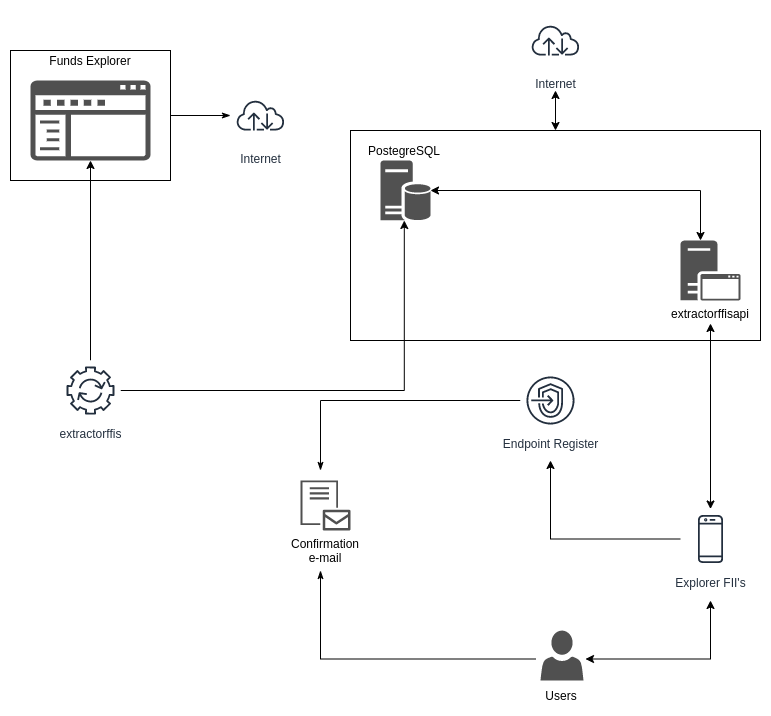
The draw.io diagram ecosistema.png in filipe-fsrocha/extractorfiis, before a commit. Source tidied: cells renumbered, new cells last; positions are measured from the earlier drawing's top-left corner, leaving out a move shared by most shapes. Source of this version:
```xml
<mxGraphModel background="#ffffff">
  <root>
    <mxCell id="0" />
    <mxCell id="1" parent="0" />
    <mxCell id="2" style="shadow=0;dashed=0;html=1;strokeColor=none;labelPosition=center;verticalLabelPosition=bottom;verticalAlign=top;align=center;fillColor=#505050;shape=mxgraph.mscae.intune.company_portal;" parent="1" vertex="1">
      <mxGeometry x="20" y="70" width="120" height="80" as="geometry" />
    </mxCell>
    <mxCell id="3" value="Funds Explorer" style="text;html=1;strokeColor=none;fillColor=none;align=center;verticalAlign=middle;whiteSpace=wrap;rounded=0;" parent="1" vertex="1">
      <mxGeometry x="30" y="40" width="100" height="20" as="geometry" />
    </mxCell>
    <mxCell id="4" style="edgeStyle=orthogonalEdgeStyle;rounded=0;jettySize=auto;html=1;entryX=0.5;entryY=1;entryDx=0;entryDy=0;entryPerimeter=0;" parent="1" edge="1" source="6" target="2">
      <mxGeometry relative="1" as="geometry" />
    </mxCell>
    <mxCell id="5" style="edgeStyle=orthogonalEdgeStyle;rounded=0;jettySize=auto;html=1;" parent="1" edge="1" source="6">
      <mxGeometry relative="1" as="geometry">
        <mxPoint x="393.8" y="210" as="targetPoint" />
      </mxGeometry>
    </mxCell>
    <mxCell id="6" value="extractorffis" style="outlineConnect=0;fontColor=#232F3E;gradientColor=none;strokeColor=#232F3E;fillColor=#ffffff;dashed=0;verticalLabelPosition=bottom;verticalAlign=top;align=center;html=1;fontSize=12;fontStyle=0;shape=mxgraph.aws4.resourceIcon;resIcon=mxgraph.aws4.automation;" parent="1" vertex="1">
      <mxGeometry x="50" y="350" width="60" height="60" as="geometry" />
    </mxCell>
    <mxCell id="7" value="PostegreSQL" style="text;html=1;strokeColor=none;fillColor=none;align=center;verticalAlign=middle;whiteSpace=wrap;rounded=0;" parent="1" vertex="1">
      <mxGeometry x="373.8" y="130" width="40" height="20" as="geometry" />
    </mxCell>
    <mxCell id="8" style="shadow=0;dashed=0;html=1;strokeColor=none;labelPosition=center;verticalLabelPosition=bottom;verticalAlign=top;align=center;fillColor=#515151;shape=mxgraph.mscae.enterprise.database_server;" parent="1" vertex="1">
      <mxGeometry x="370" y="150" width="50" height="60" as="geometry" />
    </mxCell>
    <mxCell id="9" style="edgeStyle=orthogonalEdgeStyle;rounded=0;jettySize=auto;html=1;entryX=1;entryY=0.5;entryDx=0;entryDy=0;entryPerimeter=0;startArrow=classic;startFill=1;" parent="1" edge="1" source="10" target="8">
      <mxGeometry relative="1" as="geometry">
        <Array as="points">
          <mxPoint x="690" y="180" />
        </Array>
      </mxGeometry>
    </mxCell>
    <mxCell id="10" style="shadow=0;dashed=0;html=1;strokeColor=none;labelPosition=center;verticalLabelPosition=bottom;verticalAlign=top;align=center;fillColor=#515151;shape=mxgraph.mscae.system_center.secondary_site;" parent="1" vertex="1">
      <mxGeometry x="670" y="230" width="60" height="60" as="geometry" />
    </mxCell>
    <mxCell id="11" value="extractorffisapi" style="text;html=1;strokeColor=none;fillColor=none;align=center;verticalAlign=middle;whiteSpace=wrap;rounded=0;" parent="1" vertex="1">
      <mxGeometry x="680" y="293" width="40" height="20" as="geometry" />
    </mxCell>
    <mxCell id="12" style="edgeStyle=orthogonalEdgeStyle;rounded=0;orthogonalLoop=1;jettySize=auto;html=1;startArrow=classic;startFill=1;" parent="1" edge="1">
      <mxGeometry relative="1" as="geometry">
        <mxPoint x="575" y="648.5" as="sourcePoint" />
        <mxPoint x="700" y="590" as="targetPoint" />
      </mxGeometry>
    </mxCell>
    <mxCell id="13" style="edgeStyle=orthogonalEdgeStyle;rounded=0;orthogonalLoop=1;jettySize=auto;html=1;startArrow=none;startFill=0;endArrow=classicThin;endFill=1;" parent="1" edge="1">
      <mxGeometry relative="1" as="geometry">
        <mxPoint x="525" y="648.5" as="sourcePoint" />
        <mxPoint x="310" y="560" as="targetPoint" />
      </mxGeometry>
    </mxCell>
    <mxCell id="14" value="Users" style="text;html=1;strokeColor=none;fillColor=none;align=center;verticalAlign=middle;whiteSpace=wrap;rounded=0;" parent="1" vertex="1">
      <mxGeometry x="531" y="675" width="40" height="20" as="geometry" />
    </mxCell>
    <mxCell id="15" style="edgeStyle=orthogonalEdgeStyle;rounded=0;jettySize=auto;html=1;entryX=0.5;entryY=1;entryDx=0;entryDy=0;startArrow=classic;startFill=1;" parent="1" edge="1" source="17" target="11">
      <mxGeometry relative="1" as="geometry" />
    </mxCell>
    <mxCell id="16" style="edgeStyle=orthogonalEdgeStyle;rounded=0;jettySize=auto;html=1;startArrow=none;startFill=0;" parent="1" edge="1" source="17">
      <mxGeometry relative="1" as="geometry">
        <mxPoint x="540" y="450" as="targetPoint" />
      </mxGeometry>
    </mxCell>
    <mxCell id="17" value="Explorer FII's" style="outlineConnect=0;fontColor=#232F3E;gradientColor=none;strokeColor=#232F3E;fillColor=#ffffff;dashed=0;verticalLabelPosition=bottom;verticalAlign=top;align=center;html=1;fontSize=12;fontStyle=0;shape=mxgraph.aws4.resourceIcon;resIcon=mxgraph.aws4.mobile_client;" parent="1" vertex="1">
      <mxGeometry x="670" y="498.5" width="60" height="60" as="geometry" />
    </mxCell>
    <mxCell id="18" style="edgeStyle=orthogonalEdgeStyle;rounded=0;jettySize=auto;html=1;startArrow=classic;startFill=1;" parent="1" edge="1" source="19">
      <mxGeometry relative="1" as="geometry">
        <mxPoint x="545" y="80" as="targetPoint" />
      </mxGeometry>
    </mxCell>
    <mxCell id="19" style="rounded=0;whiteSpace=wrap;html=1;fillColor=none;" parent="1" vertex="1">
      <mxGeometry x="340" y="120" width="410" height="210" as="geometry" />
    </mxCell>
    <mxCell id="20" value="Internet" style="fontColor=#232F3E;gradientColor=none;strokeColor=#232F3E;fillColor=#ffffff;dashed=0;verticalLabelPosition=bottom;verticalAlign=top;align=center;html=1;fontSize=12;fontStyle=0;shape=mxgraph.aws4.resourceIcon;resIcon=mxgraph.aws4.internet;" parent="1" vertex="1">
      <mxGeometry x="515" width="60" height="60" as="geometry" />
    </mxCell>
    <mxCell id="21" style="edgeStyle=orthogonalEdgeStyle;rounded=0;jettySize=auto;html=1;startArrow=none;startFill=0;endArrow=classicThin;endFill=1;" parent="1" edge="1" source="22" target="27">
      <mxGeometry relative="1" as="geometry" />
    </mxCell>
    <mxCell id="22" style="rounded=0;whiteSpace=wrap;html=1;fillColor=none;" parent="1" vertex="1">
      <mxGeometry y="40" width="160" height="130" as="geometry" />
    </mxCell>
    <mxCell id="23" style="edgeStyle=orthogonalEdgeStyle;rounded=0;jettySize=auto;html=1;startArrow=none;startFill=0;endArrow=classicThin;endFill=1;" parent="1" edge="1" source="24">
      <mxGeometry relative="1" as="geometry">
        <mxPoint x="310" y="460" as="targetPoint" />
      </mxGeometry>
    </mxCell>
    <mxCell id="24" value="Endpoint Register" style="outlineConnect=0;fontColor=#232F3E;gradientColor=none;strokeColor=#232F3E;fillColor=#ffffff;dashed=0;verticalLabelPosition=bottom;verticalAlign=top;align=center;html=1;fontSize=12;fontStyle=0;shape=mxgraph.aws4.resourceIcon;resIcon=mxgraph.aws4.endpoints;" parent="1" vertex="1">
      <mxGeometry x="510" y="360" width="60" height="60" as="geometry" />
    </mxCell>
    <mxCell id="25" style="shadow=0;dashed=0;html=1;strokeColor=none;labelPosition=center;verticalLabelPosition=bottom;verticalAlign=top;align=center;fillColor=#505050;shape=mxgraph.mscae.intune.intune_email_profiles;" parent="1" vertex="1">
      <mxGeometry x="290" y="470" width="50" height="50" as="geometry" />
    </mxCell>
    <mxCell id="26" value="Confirmation e-mail" style="text;html=1;strokeColor=none;fillColor=none;align=center;verticalAlign=middle;whiteSpace=wrap;rounded=0;" parent="1" vertex="1">
      <mxGeometry x="295" y="530" width="40" height="20" as="geometry" />
    </mxCell>
    <mxCell id="27" value="Internet" style="outlineConnect=0;fontColor=#232F3E;gradientColor=none;strokeColor=#232F3E;fillColor=#ffffff;dashed=0;verticalLabelPosition=bottom;verticalAlign=top;align=center;html=1;fontSize=12;fontStyle=0;shape=mxgraph.aws4.resourceIcon;resIcon=mxgraph.aws4.internet;" parent="1" vertex="1">
      <mxGeometry x="220" y="75" width="60" height="60" as="geometry" />
    </mxCell>
    <mxCell id="28" style="shadow=0;dashed=0;html=1;strokeColor=none;labelPosition=center;verticalLabelPosition=bottom;verticalAlign=top;align=center;fillColor=#505050;shape=mxgraph.mscae.intune.account_portal;" parent="1" vertex="1">
      <mxGeometry x="530" y="620" width="43" height="50" as="geometry" />
    </mxCell>
  </root>
</mxGraphModel>
```
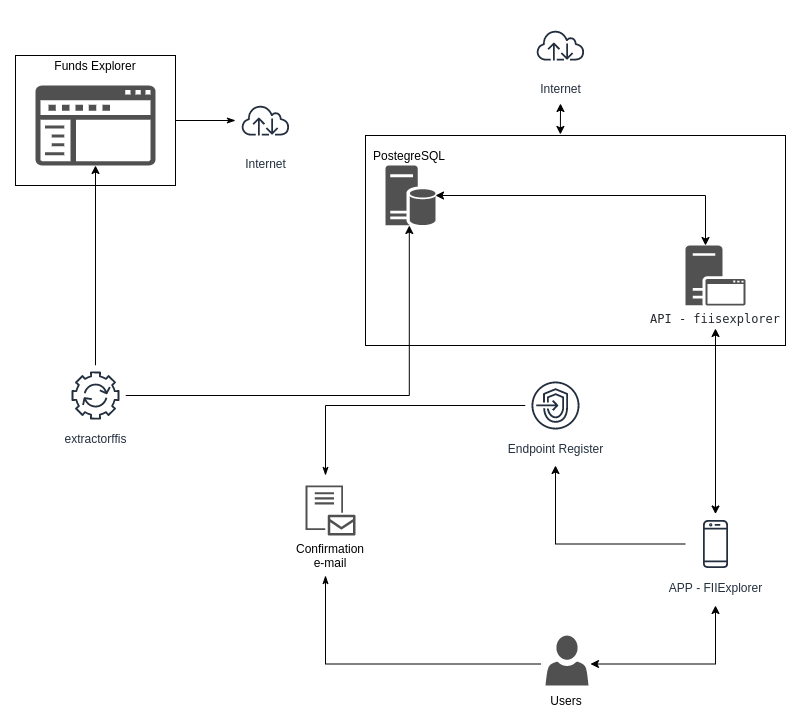
After the change.

The edit, as a diff of the source:
```diff
@@ -1,7 +1,10 @@
-<mxGraphModel background="#ffffff">
+<mxGraphModel>
   <root>
     <mxCell id="0" />
     <mxCell id="1" parent="0" />
+    <mxCell id="19" style="rounded=0;whiteSpace=wrap;html=1;fillColor=none;" parent="1" vertex="1">
+      <mxGeometry x="350" y="120" width="420" height="210" as="geometry" />
+    </mxCell>
     <mxCell id="2" style="shadow=0;dashed=0;html=1;strokeColor=none;labelPosition=center;verticalLabelPosition=bottom;verticalAlign=top;align=center;fillColor=#505050;shape=mxgraph.mscae.intune.company_portal;" parent="1" vertex="1">
       <mxGeometry x="20" y="70" width="120" height="80" as="geometry" />
     </mxCell>
@@ -35,7 +38,7 @@
     <mxCell id="10" style="shadow=0;dashed=0;html=1;strokeColor=none;labelPosition=center;verticalLabelPosition=bottom;verticalAlign=top;align=center;fillColor=#515151;shape=mxgraph.mscae.system_center.secondary_site;" parent="1" vertex="1">
       <mxGeometry x="670" y="230" width="60" height="60" as="geometry" />
     </mxCell>
-    <mxCell id="11" value="extractorffisapi" style="text;html=1;strokeColor=none;fillColor=none;align=center;verticalAlign=middle;whiteSpace=wrap;rounded=0;" parent="1" vertex="1">
+    <mxCell id="11" value="&lt;pre id=&quot;empty-setup-new-repo-echo&quot; class=&quot;copyable-terminal-content f5&quot; style=&quot;box-sizing: border-box ; margin-top: 0px ; margin-bottom: 0px ; overflow: auto ; color: rgb(36 , 41 , 46)&quot;&gt;&lt;span class=&quot;user-select-contain&quot; style=&quot;box-sizing: border-box&quot;&gt;&lt;font style=&quot;font-size: 12px&quot;&gt;API - fiisexplorer&lt;/font&gt;&lt;/span&gt;&lt;/pre&gt;" style="text;html=1;strokeColor=none;fillColor=none;align=center;verticalAlign=middle;whiteSpace=wrap;rounded=0;" parent="1" vertex="1">
       <mxGeometry x="680" y="293" width="40" height="20" as="geometry" />
     </mxCell>
     <mxCell id="12" style="edgeStyle=orthogonalEdgeStyle;rounded=0;orthogonalLoop=1;jettySize=auto;html=1;startArrow=classic;startFill=1;" parent="1" edge="1">
@@ -61,17 +64,14 @@
         <mxPoint x="540" y="450" as="targetPoint" />
       </mxGeometry>
     </mxCell>
-    <mxCell id="17" value="Explorer FII's" style="outlineConnect=0;fontColor=#232F3E;gradientColor=none;strokeColor=#232F3E;fillColor=#ffffff;dashed=0;verticalLabelPosition=bottom;verticalAlign=top;align=center;html=1;fontSize=12;fontStyle=0;shape=mxgraph.aws4.resourceIcon;resIcon=mxgraph.aws4.mobile_client;" parent="1" vertex="1">
+    <mxCell id="17" value="APP - FIIExplorer" style="outlineConnect=0;fontColor=#232F3E;gradientColor=none;strokeColor=#232F3E;fillColor=#ffffff;dashed=0;verticalLabelPosition=bottom;verticalAlign=top;align=center;html=1;fontSize=12;fontStyle=0;shape=mxgraph.aws4.resourceIcon;resIcon=mxgraph.aws4.mobile_client;" parent="1" vertex="1">
       <mxGeometry x="670" y="498.5" width="60" height="60" as="geometry" />
     </mxCell>
-    <mxCell id="18" style="edgeStyle=orthogonalEdgeStyle;rounded=0;jettySize=auto;html=1;startArrow=classic;startFill=1;" parent="1" edge="1" source="19">
-      <mxGeometry relative="1" as="geometry">
-        <mxPoint x="545" y="80" as="targetPoint" />
-      </mxGeometry>
-    </mxCell>
-    <mxCell id="19" style="rounded=0;whiteSpace=wrap;html=1;fillColor=none;" parent="1" vertex="1">
-      <mxGeometry x="340" y="120" width="410" height="210" as="geometry" />
-    </mxCell>
+    <mxCell id="29" style="edgeStyle=orthogonalEdgeStyle;rounded=0;jettySize=auto;html=1;entryX=0.464;entryY=-0.005;entryDx=0;entryDy=0;entryPerimeter=0;startArrow=classic;startFill=1;" parent="1" edge="1" target="19">
+      <mxGeometry relative="1" as="geometry">
+        <mxPoint x="545" y="88" as="sourcePoint" />
+      </mxGeometry>
+    </mxCell>
     <mxCell id="20" value="Internet" style="fontColor=#232F3E;gradientColor=none;strokeColor=#232F3E;fillColor=#ffffff;dashed=0;verticalLabelPosition=bottom;verticalAlign=top;align=center;html=1;fontSize=12;fontStyle=0;shape=mxgraph.aws4.resourceIcon;resIcon=mxgraph.aws4.internet;" parent="1" vertex="1">
       <mxGeometry x="515" width="60" height="60" as="geometry" />
     </mxCell>
```
